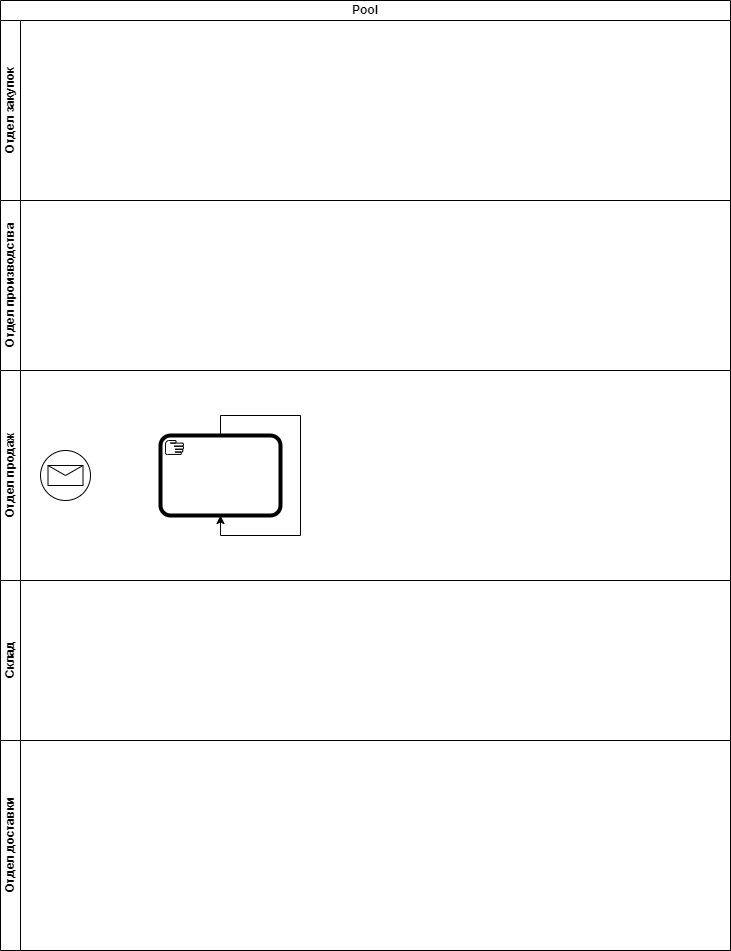
Earlier version of the draw.io export BPMN.drawio.png (SofiyaBrodnikova/-educational). Source tidied: cells renumbered, new cells last; positions are measured from the earlier drawing's top-left corner, leaving out a move shared by most shapes.
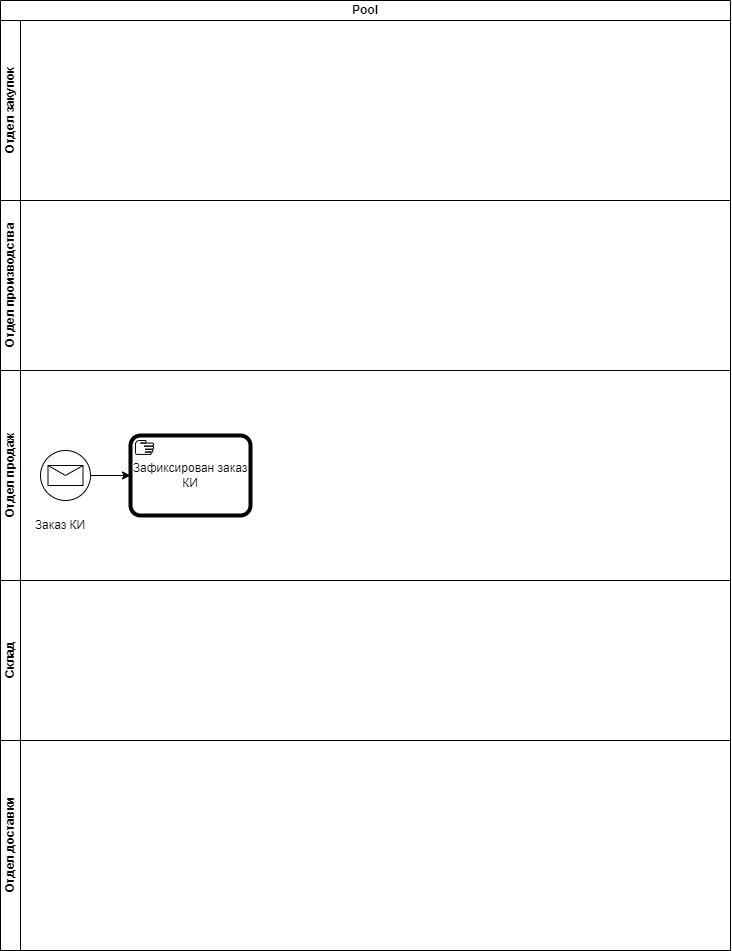
The same file after the commit.

Diff of the diagram source:
```diff
@@ -14,15 +14,18 @@
     <mxCell id="5" value="Отдел продаж" style="swimlane;html=1;startSize=20;horizontal=0;" parent="2" vertex="1">
       <mxGeometry y="370" width="730" height="210" as="geometry" />
     </mxCell>
-    <mxCell id="6" style="points=[[0.25,0,0],[0.5,0,0],[0.75,0,0],[1,0.25,0],[1,0.5,0],[1,0.75,0],[0.75,1,0],[0.5,1,0],[0.25,1,0],[0,0.75,0],[0,0.5,0],[0,0.25,0]];shape=mxgraph.bpmn.task2;whiteSpace=wrap;rectStyle=rounded;size=10;html=1;bpmnShapeType=call;taskMarker=manual;" parent="5" vertex="1">
-      <mxGeometry x="160" y="65" width="120" height="80" as="geometry" />
+    <mxCell id="6" value="Зафиксирован заказ КИ" style="points=[[0.25,0,0],[0.5,0,0],[0.75,0,0],[1,0.25,0],[1,0.5,0],[1,0.75,0],[0.75,1,0],[0.5,1,0],[0.25,1,0],[0,0.75,0],[0,0.5,0],[0,0.25,0]];shape=mxgraph.bpmn.task2;whiteSpace=wrap;rectStyle=rounded;size=10;html=1;bpmnShapeType=call;taskMarker=manual;" parent="5" vertex="1">
+      <mxGeometry x="130" y="65" width="120" height="80" as="geometry" />
     </mxCell>
-    <mxCell id="7" style="edgeStyle=orthogonalEdgeStyle;rounded=0;orthogonalLoop=1;jettySize=auto;html=1;exitX=0.5;exitY=0;exitDx=0;exitDy=0;exitPerimeter=0;" parent="5" edge="1" source="6" target="6">
-      <mxGeometry relative="1" as="geometry" />
-    </mxCell>
     <mxCell id="8" style="points=[[0.145,0.145,0],[0.5,0,0],[0.855,0.145,0],[1,0.5,0],[0.855,0.855,0],[0.5,1,0],[0.145,0.855,0],[0,0.5,0]];shape=mxgraph.bpmn.event;html=1;verticalLabelPosition=bottom;labelBackgroundColor=#ffffff;verticalAlign=top;align=center;perimeter=ellipsePerimeter;outlineConnect=0;outline=standard;symbol=message;" parent="5" vertex="1">
       <mxGeometry x="40" y="80" width="50" height="50" as="geometry" />
     </mxCell>
+    <mxCell id="11" style="edgeStyle=orthogonalEdgeStyle;rounded=0;jettySize=auto;html=1;exitX=1;exitY=0.5;exitDx=0;exitDy=0;exitPerimeter=0;entryX=0;entryY=0.5;entryDx=0;entryDy=0;entryPerimeter=0;" parent="5" edge="1" source="8" target="6">
+      <mxGeometry relative="1" as="geometry" />
+    </mxCell>
+    <mxCell id="12" value="Заказ КИ" style="text;strokeColor=none;align=center;fillColor=none;html=1;verticalAlign=middle;whiteSpace=wrap;rounded=0;" parent="5" vertex="1">
+      <mxGeometry x="30" y="140" width="60" height="30" as="geometry" />
+    </mxCell>
     <mxCell id="9" value="Склад" style="swimlane;html=1;startSize=20;horizontal=0;" parent="2" vertex="1">
       <mxGeometry y="580" width="730" height="160" as="geometry" />
     </mxCell>
```
